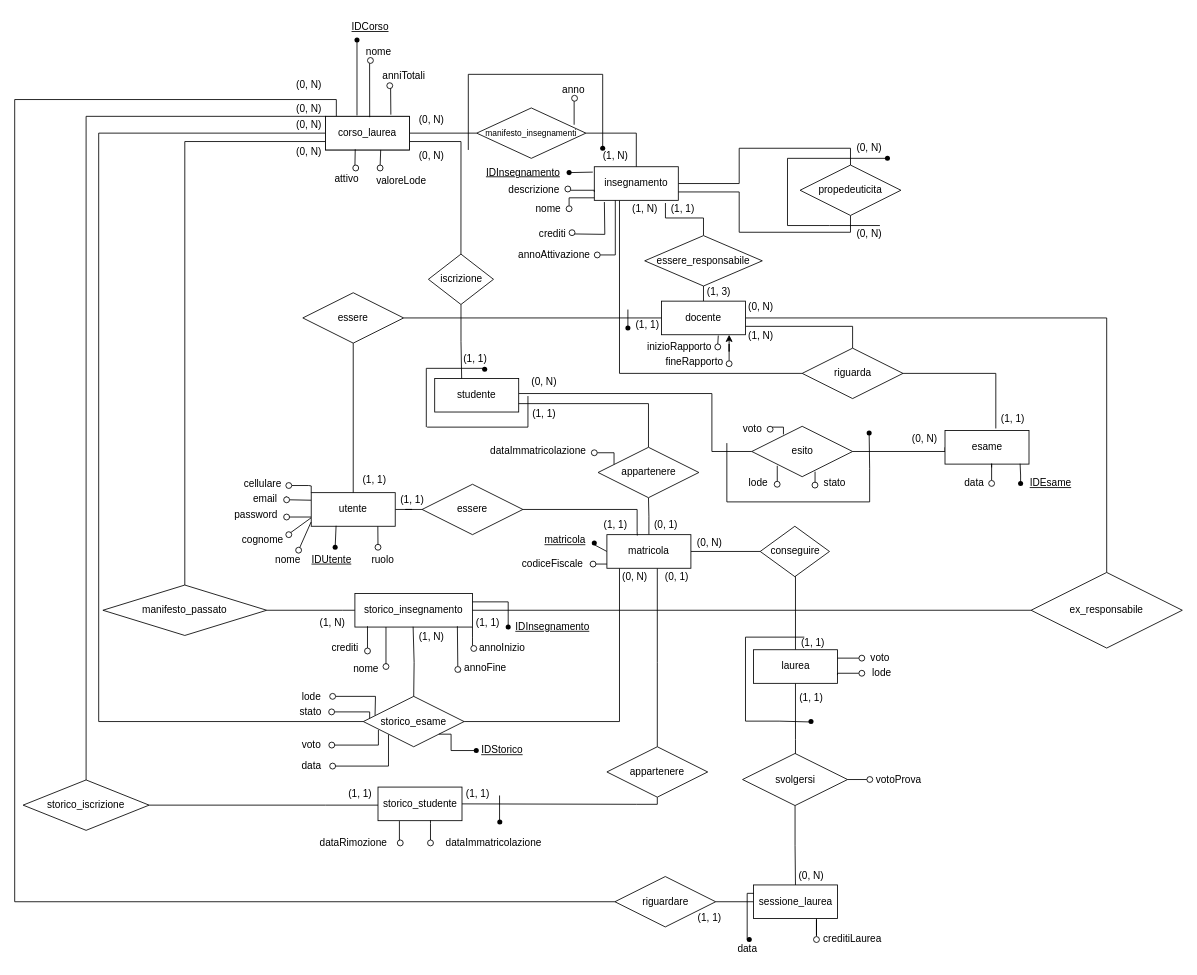
This is page "ER Ristrutturato" (2 of 3) of uni.drawio from michelebolis/UniversityExamSystem, a draw.io file, before an edit. Source tidied: cells renumbered, new cells numbered last; positions are measured from the earlier drawing's top-left corner, leaving out a move shared by most shapes. Both pictures are drawn from the tidied source at 84%, with x=0, y=0 at pixel (14, 14).
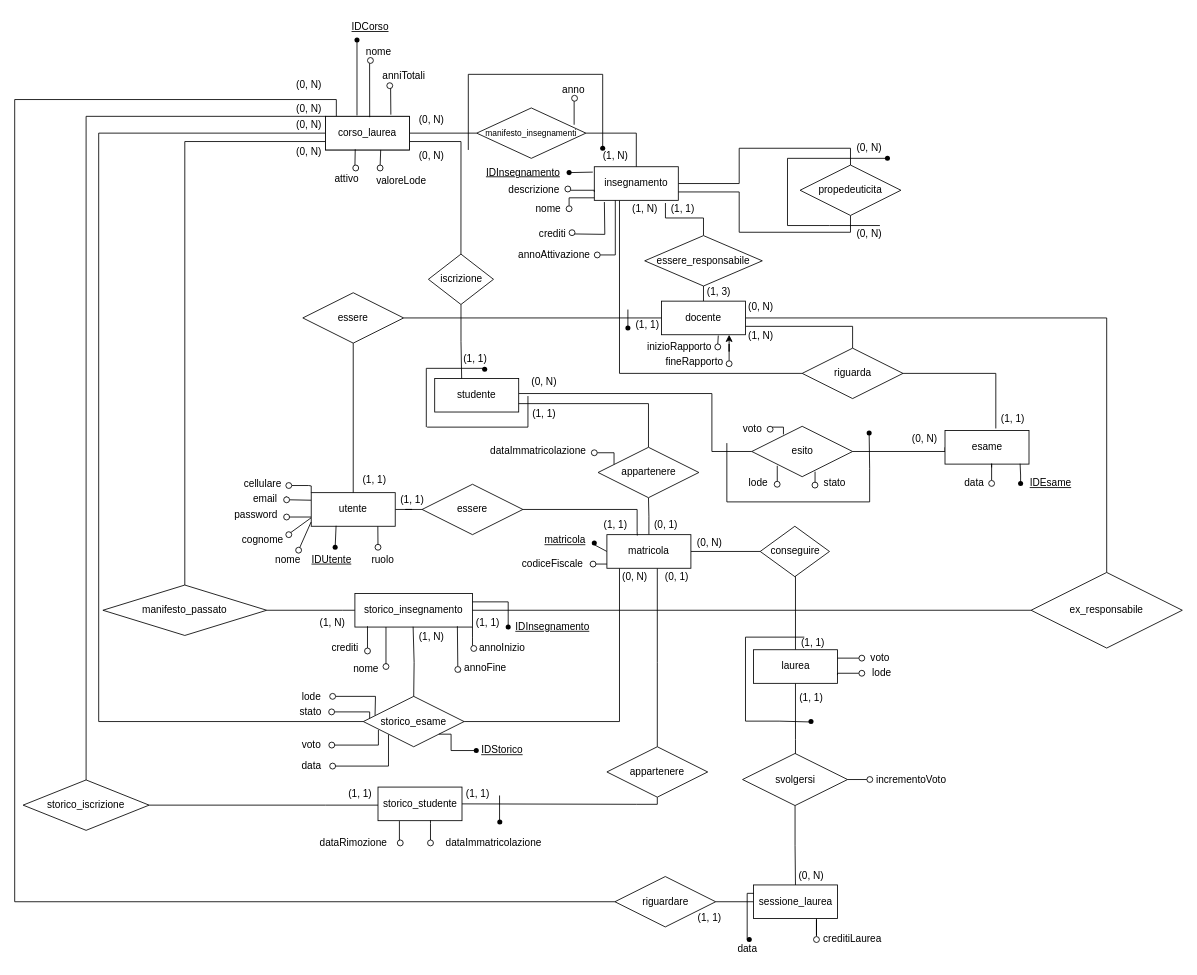
Above is the later version.

Diff of the diagram source:
```diff
@@
-    <mxCell id="255" value="votoProva" style="text;html=1;align=center;verticalAlign=middle;strokeColor=none;fillColor=none;" parent="1" vertex="1">
-      <mxGeometry x="1012" y="895.5" width="80" height="30" as="geometry" />
+    <mxCell id="255" value="incrementoVoto" style="text;html=1;align=center;verticalAlign=middle;strokeColor=none;fillColor=none;" parent="1" vertex="1">
+      <mxGeometry x="1012" y="895.5" width="110" height="30" as="geometry" />
     </mxCell>
```
